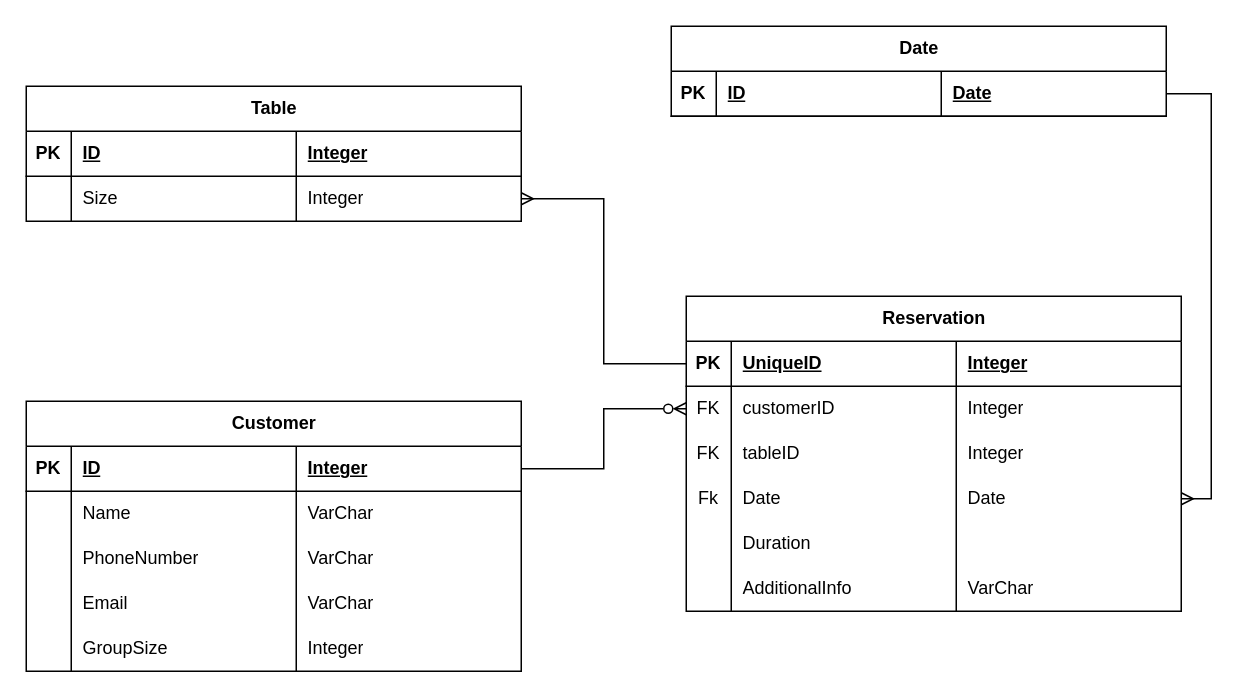
This is RestaurantCore.drawio from boolean-uk/java-data-modelling, a draw.io file, before an edit. Source tidied: cells renumbered, new cells numbered last; positions are measured from the earlier drawing's top-left corner, leaving out a move shared by most shapes. Both pictures are drawn from the tidied source at 150%, with x=0, y=0 at pixel (26, 26).
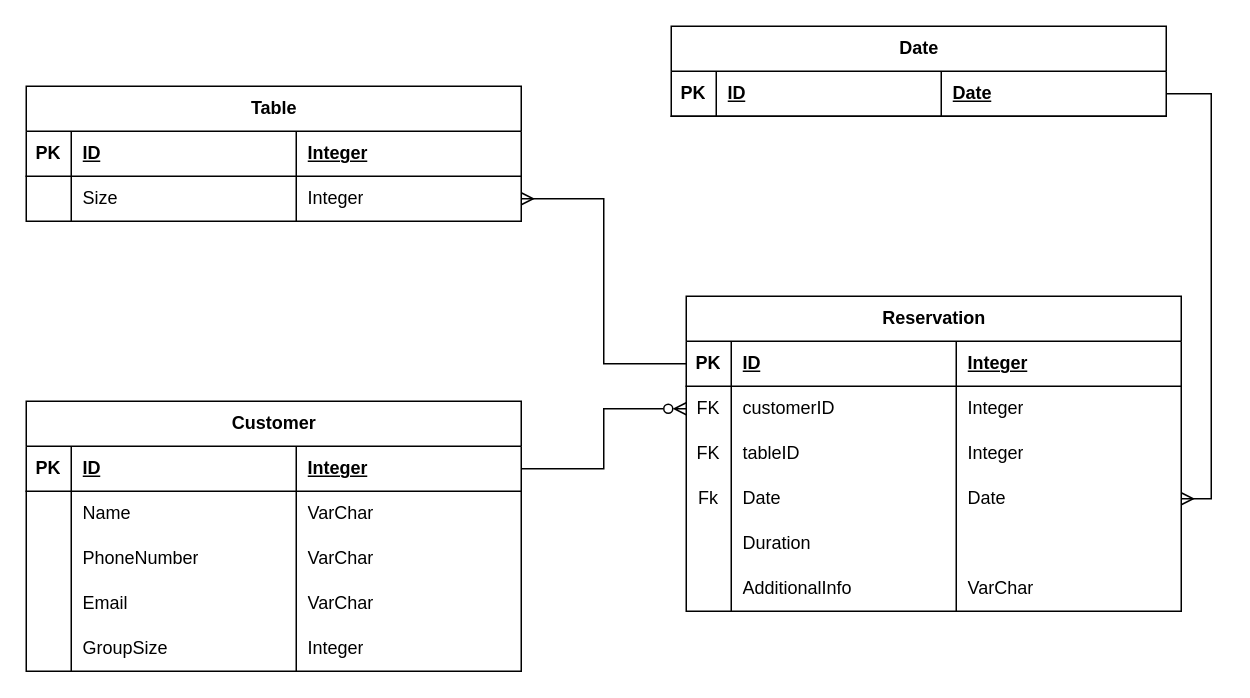
Above is the later version.

The change refers to these unchanged cells:
```xml
<mxCell id="38" style="shape=tableRow;horizontal=0;startSize=0;swimlaneHead=0;swimlaneBody=0;fillColor=none;points=[[0,0.5],[1,0.5]];portConstraint=eastwest;top=0;left=0;right=0;bottom=1;" parent="37" vertex="1">
  <mxGeometry y="30" width="330" height="30" as="geometry" />
</mxCell>
```

Diff of the diagram source:
```diff
@@
-    <mxCell id="40" value="UniqueID" style="shape=partialRectangle;fillColor=none;top=0;left=0;bottom=0;right=0;align=left;spacingLeft=6;fontStyle=5;overflow=hidden;whiteSpace=wrap;html=1;" parent="38" vertex="1">
+    <mxCell id="40" value="ID" style="shape=partialRectangle;fillColor=none;top=0;left=0;bottom=0;right=0;align=left;spacingLeft=6;fontStyle=5;overflow=hidden;whiteSpace=wrap;html=1;" parent="38" vertex="1">
       <mxGeometry x="30" width="150" height="30" as="geometry" />
     </mxCell>
```
